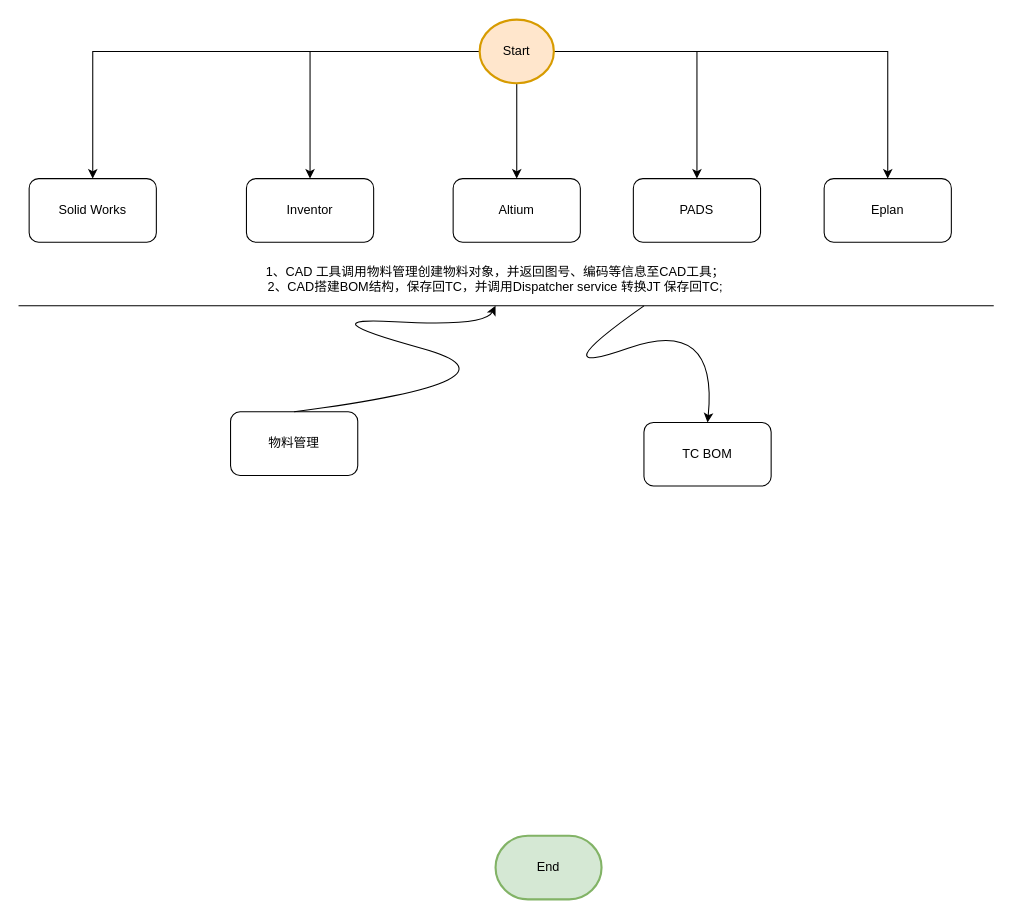
The draw.io diagram hanslaser-business-emop.drawio in lvmq/emop, before the edit. Source tidied: cells renumbered, new cells numbered last; positions are measured from the earlier drawing's top-left corner, leaving out a move shared by most shapes. Both pictures are drawn from the tidied source at 106%, with x=0, y=0 at pixel (18, 19).
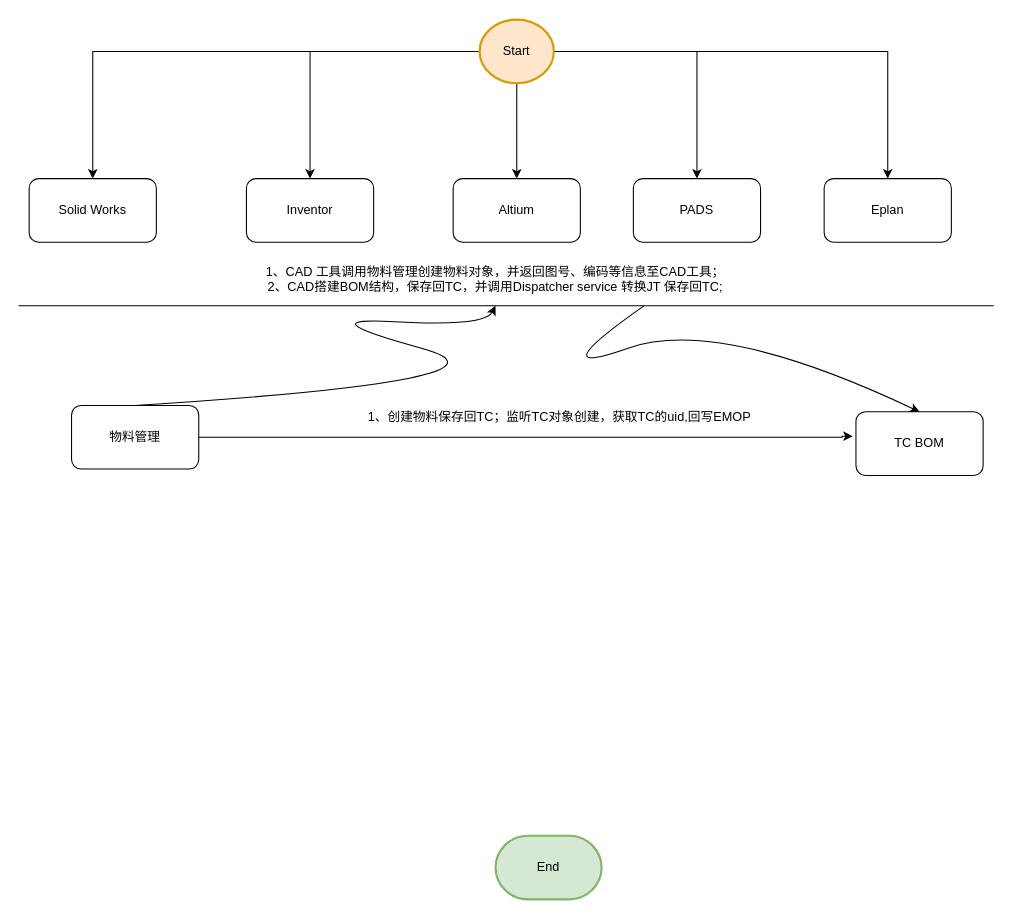
Above is the later version.

The edit, as a diff of the source:
```diff
@@
+    <mxCell id="20" style="edgeStyle=orthogonalEdgeStyle;rounded=0;jettySize=auto;html=1;entryX=-0.025;entryY=0.383;entryDx=0;entryDy=0;entryPerimeter=0;" parent="1" edge="1" source="14" target="15">
+      <mxGeometry relative="1" as="geometry">
+        <Array as="points">
+          <mxPoint x="777" y="394" />
+        </Array>
+      </mxGeometry>
+    </mxCell>
     <mxCell id="14" value="物料管理" style="rounded=1;whiteSpace=wrap;html=1;" parent="1" vertex="1">
-      <mxGeometry x="200" y="370" width="120" height="60" as="geometry" />
+      <mxGeometry x="50" y="364" width="120" height="60" as="geometry" />
     </mxCell>
     <mxCell id="15" value="TC BOM" style="rounded=1;whiteSpace=wrap;html=1;" parent="1" vertex="1">
-      <mxGeometry x="590" y="380" width="120" height="60" as="geometry" />
+      <mxGeometry x="790" y="370" width="120" height="60" as="geometry" />
     </mxCell>
@@
+    <mxCell id="21" value="1、创建物料保存回TC；监听TC对象创建，获取TC的uid,回写EMOP" style="text;html=1;align=center;verticalAlign=middle;strokeColor=none;fillColor=none;" parent="1" vertex="1">
+      <mxGeometry x="320" y="360" width="380" height="30" as="geometry" />
+    </mxCell>
```
